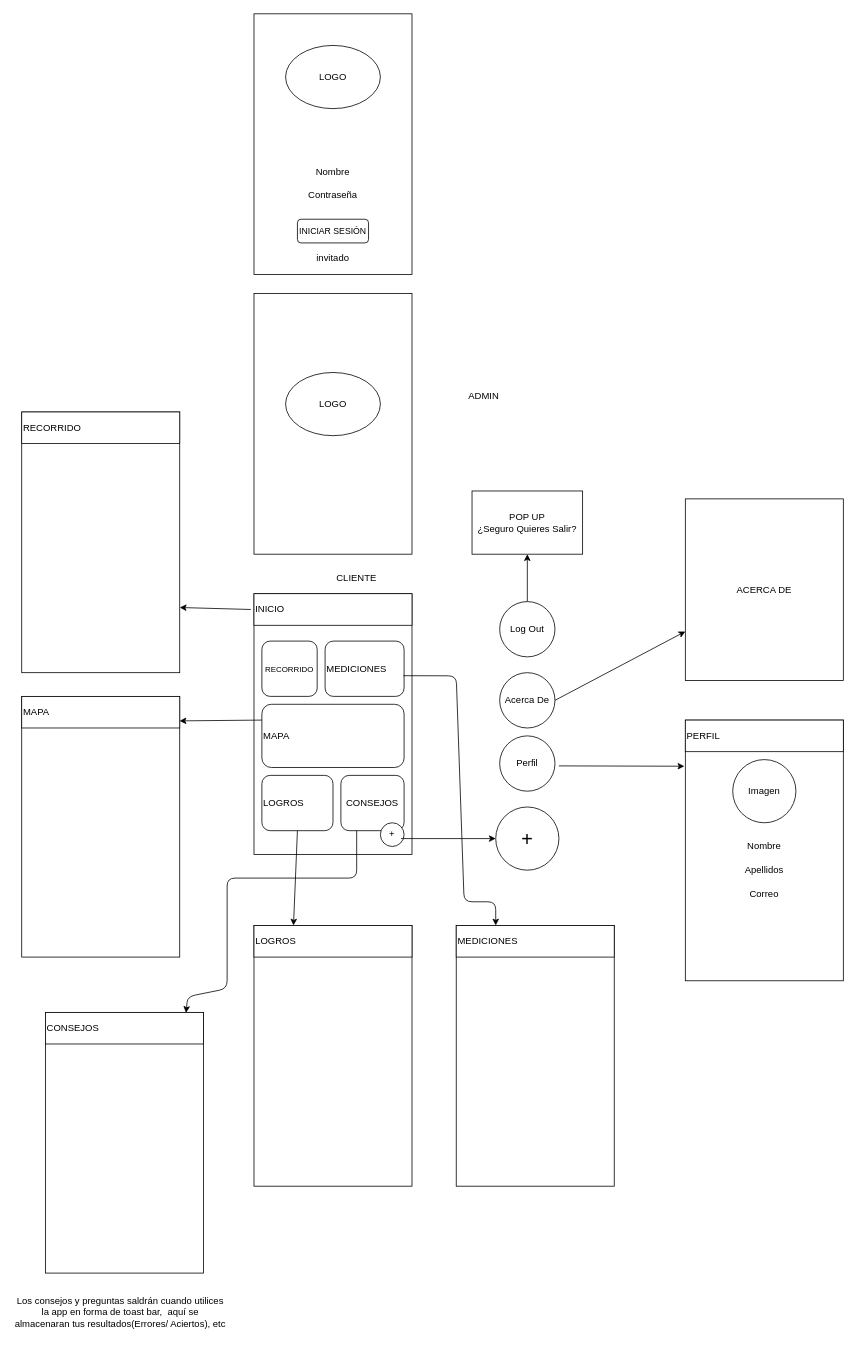
Earlier version of the draw.io diagram _docs/Diseños UX/Diseño y Diagrama App.drawio (Daferfus/A-Todo-Gas). Source tidied: cells renumbered, new cells numbered last; positions are measured from the earlier drawing's top-left corner, leaving out a move shared by most shapes. Both pictures are drawn from the tidied source at 79%, with x=0, y=0 at pixel (13, 13).
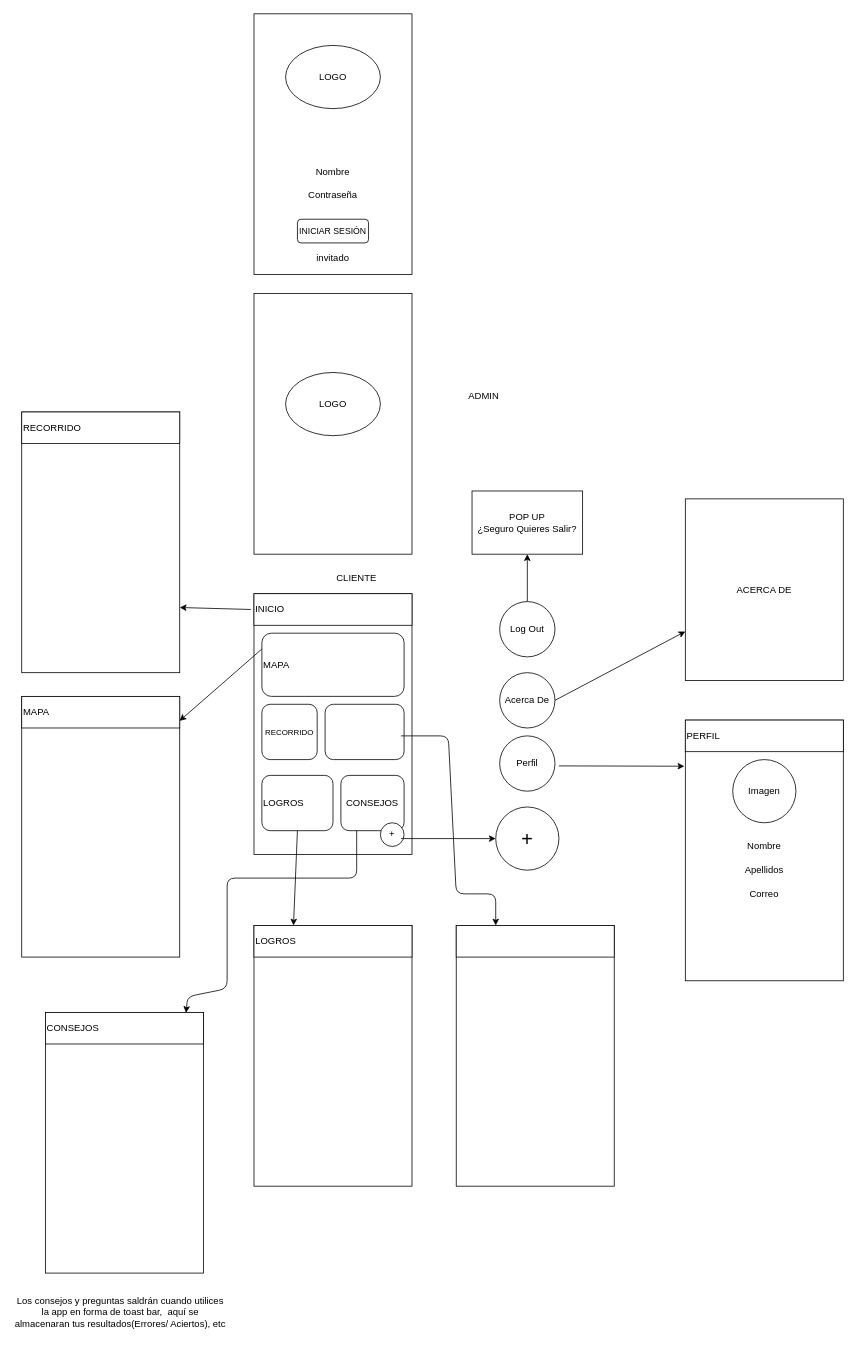
The same page after the edit.

The edit, as a diff of the source:
```diff
@@
     <mxCell id="3" value="&lt;font style=&quot;font-size: 10px&quot;&gt;RECORRIDO&lt;/font&gt;" style="rounded=1;whiteSpace=wrap;html=1;" parent="1" vertex="1">
-      <mxGeometry x="314" y="794" width="70" height="70" as="geometry" />
+      <mxGeometry x="314" y="874" width="70" height="70" as="geometry" />
     </mxCell>
-    <mxCell id="4" value="MEDICIONES" style="rounded=1;whiteSpace=wrap;html=1;align=left;" parent="1" vertex="1">
-      <mxGeometry x="394" y="794" width="100" height="70" as="geometry" />
+    <mxCell id="4" style="rounded=1;whiteSpace=wrap;html=1;align=left;" parent="1" vertex="1">
+      <mxGeometry x="394" y="874" width="100" height="70" as="geometry" />
     </mxCell>
     <mxCell id="5" value="MAPA" style="rounded=1;whiteSpace=wrap;html=1;align=left;" parent="1" vertex="1">
-      <mxGeometry x="314" y="874" width="180" height="80" as="geometry" />
+      <mxGeometry x="314" y="784" width="180" height="80" as="geometry" />
     </mxCell>
@@
-    <mxCell id="46" value="MEDICIONES" style="rounded=0;whiteSpace=wrap;html=1;align=left;" parent="1" vertex="1">
+    <mxCell id="46" style="rounded=0;whiteSpace=wrap;html=1;align=left;" parent="1" vertex="1">
       <mxGeometry x="560" y="1154" width="200" height="40" as="geometry" />
     </mxCell>
-    <mxCell id="47" style="endArrow=classic;html=1;entryX=0.25;entryY=0;entryDx=0;entryDy=0;exitX=0.992;exitY=0.626;exitDx=0;exitDy=0;exitPerimeter=0;" parent="1" edge="1" source="4" target="46">
-      <mxGeometry relative="1" as="geometry">
-        <Array as="points">
-          <mxPoint x="560" y="838" />
-          <mxPoint x="570" y="1124" />
-          <mxPoint x="610" y="1124" />
-        </Array>
-      </mxGeometry>
-    </mxCell>
@@
+    <mxCell id="52" style="endArrow=classic;html=1;entryX=0.25;entryY=0;entryDx=0;entryDy=0;" parent="1" edge="1" target="46">
+      <mxGeometry relative="1" as="geometry">
+        <mxPoint x="490" y="914" as="sourcePoint" />
+        <Array as="points">
+          <mxPoint x="550" y="914" />
+          <mxPoint x="560" y="1114" />
+          <mxPoint x="610" y="1114" />
+        </Array>
+      </mxGeometry>
+    </mxCell>
```
